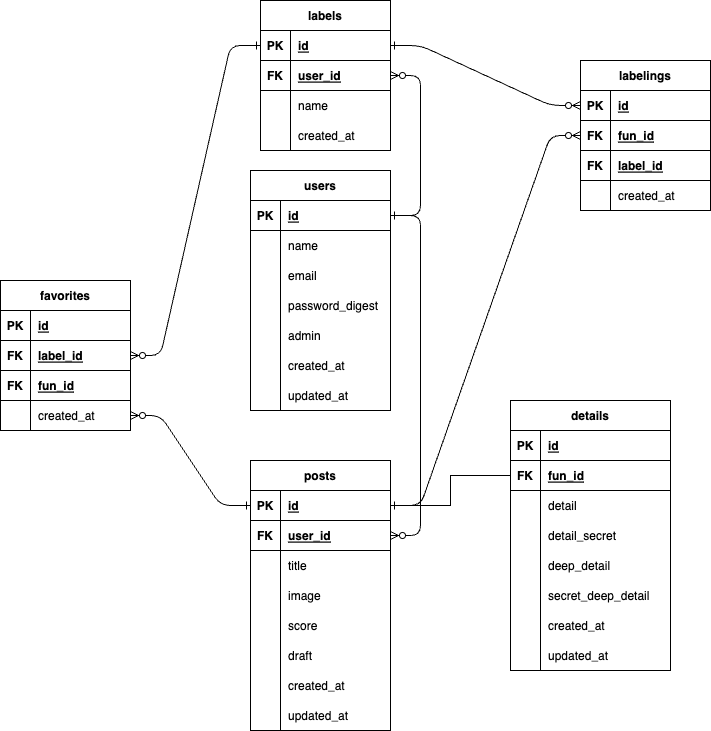
Before: ER.png, a diagram exported from draw.io (rrkrgft/okiraku). Source tidied: cells renumbered, new cells last; positions are measured from the earlier drawing's top-left corner, leaving out a move shared by most shapes.
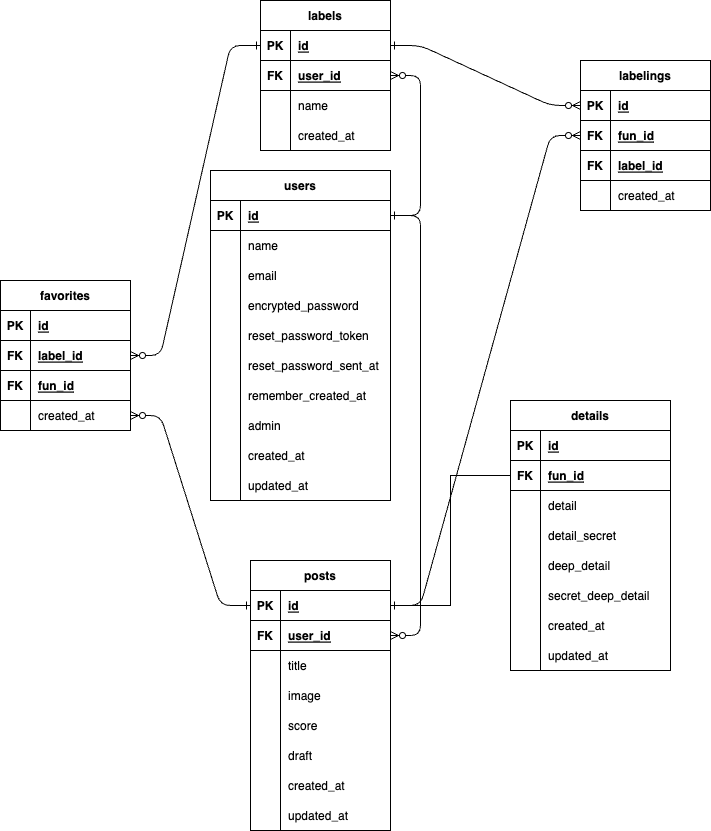
Above is the later version.

Change to the diagram source:
```diff
@@ -9,73 +9,100 @@
       <mxGeometry relative="1" as="geometry" />
     </mxCell>
     <mxCell id="4" value="users" style="shape=table;startSize=30;rowLines=0;fontStyle=1;align=center;" parent="1" vertex="1">
-      <mxGeometry x="250" y="170" width="140" height="240" as="geometry" />
+      <mxGeometry x="210" y="170" width="180" height="330" as="geometry" />
     </mxCell>
     <mxCell id="5" style="shape=partialRectangle;fillColor=none;points=[[0,0.5],[1,0.5]];portConstraint=eastwest;top=0;left=0;right=0;bottom=1;" parent="4" vertex="1">
-      <mxGeometry y="30" width="140" height="30" as="geometry" />
+      <mxGeometry y="30" width="180" height="30" as="geometry" />
     </mxCell>
     <mxCell id="6" value="PK" style="shape=partialRectangle;overflow=hidden;fillColor=none;top=0;left=0;bottom=0;right=0;fontStyle=1;" parent="5" vertex="1">
       <mxGeometry width="30" height="30" as="geometry" />
     </mxCell>
     <mxCell id="7" value="id" style="shape=partialRectangle;overflow=hidden;fillColor=none;top=0;left=0;bottom=0;right=0;align=left;spacingLeft=6;fontStyle=5;" parent="5" vertex="1">
-      <mxGeometry x="30" width="110" height="30" as="geometry" />
+      <mxGeometry x="30" width="150" height="30" as="geometry" />
     </mxCell>
     <mxCell id="8" style="shape=partialRectangle;fillColor=none;top=0;left=0;right=0;bottom=0;" parent="4" vertex="1">
-      <mxGeometry y="60" width="140" height="30" as="geometry" />
+      <mxGeometry y="60" width="180" height="30" as="geometry" />
     </mxCell>
     <mxCell id="9" style="shape=partialRectangle;overflow=hidden;fillColor=none;top=0;left=0;bottom=0;right=0;" parent="8" vertex="1">
       <mxGeometry width="30" height="30" as="geometry" />
     </mxCell>
     <mxCell id="10" value="name" style="shape=partialRectangle;overflow=hidden;fillColor=none;top=0;left=0;bottom=0;right=0;align=left;spacingLeft=6;" parent="8" vertex="1">
-      <mxGeometry x="30" width="110" height="30" as="geometry" />
+      <mxGeometry x="30" width="150" height="30" as="geometry" />
     </mxCell>
     <mxCell id="11" style="shape=partialRectangle;fillColor=none;top=0;left=0;right=0;bottom=0;" parent="4" vertex="1">
-      <mxGeometry y="90" width="140" height="30" as="geometry" />
+      <mxGeometry y="90" width="180" height="30" as="geometry" />
     </mxCell>
     <mxCell id="12" style="shape=partialRectangle;overflow=hidden;fillColor=none;top=0;left=0;bottom=0;right=0;" parent="11" vertex="1">
       <mxGeometry width="30" height="30" as="geometry" />
     </mxCell>
     <mxCell id="13" value="email" style="shape=partialRectangle;overflow=hidden;fillColor=none;top=0;left=0;bottom=0;right=0;align=left;spacingLeft=6;" parent="11" vertex="1">
-      <mxGeometry x="30" width="110" height="30" as="geometry" />
+      <mxGeometry x="30" width="150" height="30" as="geometry" />
     </mxCell>
     <mxCell id="14" style="shape=partialRectangle;fillColor=none;top=0;left=0;right=0;bottom=0;" parent="4" vertex="1">
-      <mxGeometry y="120" width="140" height="30" as="geometry" />
+      <mxGeometry y="120" width="180" height="30" as="geometry" />
     </mxCell>
     <mxCell id="15" style="shape=partialRectangle;overflow=hidden;fillColor=none;top=0;left=0;bottom=0;right=0;" parent="14" vertex="1">
       <mxGeometry width="30" height="30" as="geometry" />
     </mxCell>
-    <mxCell id="16" value="password_digest" style="shape=partialRectangle;overflow=hidden;fillColor=none;top=0;left=0;bottom=0;right=0;align=left;spacingLeft=6;" parent="14" vertex="1">
-      <mxGeometry x="30" width="110" height="30" as="geometry" />
+    <mxCell id="16" value="encrypted_password" style="shape=partialRectangle;overflow=hidden;fillColor=none;top=0;left=0;bottom=0;right=0;align=left;spacingLeft=6;" parent="14" vertex="1">
+      <mxGeometry x="30" width="150" height="30" as="geometry" />
     </mxCell>
+    <mxCell id="120" style="shape=partialRectangle;fillColor=none;top=0;left=0;right=0;bottom=0;" parent="4" vertex="1">
+      <mxGeometry y="150" width="180" height="30" as="geometry" />
+    </mxCell>
+    <mxCell id="121" style="shape=partialRectangle;overflow=hidden;fillColor=none;top=0;left=0;bottom=0;right=0;" parent="120" vertex="1">
+      <mxGeometry width="30" height="30" as="geometry" />
+    </mxCell>
+    <mxCell id="122" value="reset_password_token" style="shape=partialRectangle;overflow=hidden;fillColor=none;top=0;left=0;bottom=0;right=0;align=left;spacingLeft=6;" parent="120" vertex="1">
+      <mxGeometry x="30" width="150" height="30" as="geometry" />
+    </mxCell>
+    <mxCell id="123" style="shape=partialRectangle;fillColor=none;top=0;left=0;right=0;bottom=0;" parent="4" vertex="1">
+      <mxGeometry y="180" width="180" height="30" as="geometry" />
+    </mxCell>
+    <mxCell id="124" style="shape=partialRectangle;overflow=hidden;fillColor=none;top=0;left=0;bottom=0;right=0;" parent="123" vertex="1">
+      <mxGeometry width="30" height="30" as="geometry" />
+    </mxCell>
+    <mxCell id="125" value="reset_password_sent_at" style="shape=partialRectangle;overflow=hidden;fillColor=none;top=0;left=0;bottom=0;right=0;align=left;spacingLeft=6;" parent="123" vertex="1">
+      <mxGeometry x="30" width="150" height="30" as="geometry" />
+    </mxCell>
+    <mxCell id="126" style="shape=partialRectangle;fillColor=none;top=0;left=0;right=0;bottom=0;" parent="4" vertex="1">
+      <mxGeometry y="210" width="180" height="30" as="geometry" />
+    </mxCell>
+    <mxCell id="127" style="shape=partialRectangle;overflow=hidden;fillColor=none;top=0;left=0;bottom=0;right=0;" parent="126" vertex="1">
+      <mxGeometry width="30" height="30" as="geometry" />
+    </mxCell>
+    <mxCell id="128" value="remember_created_at" style="shape=partialRectangle;overflow=hidden;fillColor=none;top=0;left=0;bottom=0;right=0;align=left;spacingLeft=6;" parent="126" vertex="1">
+      <mxGeometry x="30" width="150" height="30" as="geometry" />
+    </mxCell>
     <mxCell id="17" style="shape=partialRectangle;fillColor=none;top=0;left=0;right=0;bottom=0;" parent="4" vertex="1">
-      <mxGeometry y="150" width="140" height="30" as="geometry" />
+      <mxGeometry y="240" width="180" height="30" as="geometry" />
     </mxCell>
     <mxCell id="18" style="shape=partialRectangle;overflow=hidden;fillColor=none;top=0;left=0;bottom=0;right=0;" parent="17" vertex="1">
       <mxGeometry width="30" height="30" as="geometry" />
     </mxCell>
     <mxCell id="19" value="admin" style="shape=partialRectangle;overflow=hidden;fillColor=none;top=0;left=0;bottom=0;right=0;align=left;spacingLeft=6;" parent="17" vertex="1">
-      <mxGeometry x="30" width="110" height="30" as="geometry" />
+      <mxGeometry x="30" width="150" height="30" as="geometry" />
     </mxCell>
     <mxCell id="20" style="shape=partialRectangle;fillColor=none;top=0;left=0;right=0;bottom=0;" parent="4" vertex="1">
-      <mxGeometry y="180" width="140" height="30" as="geometry" />
+      <mxGeometry y="270" width="180" height="30" as="geometry" />
     </mxCell>
     <mxCell id="21" style="shape=partialRectangle;overflow=hidden;fillColor=none;top=0;left=0;bottom=0;right=0;" parent="20" vertex="1">
       <mxGeometry width="30" height="30" as="geometry" />
     </mxCell>
     <mxCell id="22" value="created_at" style="shape=partialRectangle;overflow=hidden;fillColor=none;top=0;left=0;bottom=0;right=0;align=left;spacingLeft=6;" parent="20" vertex="1">
-      <mxGeometry x="30" width="110" height="30" as="geometry" />
+      <mxGeometry x="30" width="150" height="30" as="geometry" />
     </mxCell>
     <mxCell id="23" style="shape=partialRectangle;fillColor=none;top=0;left=0;right=0;bottom=0;" parent="4" vertex="1">
-      <mxGeometry y="210" width="140" height="30" as="geometry" />
+      <mxGeometry y="300" width="180" height="30" as="geometry" />
     </mxCell>
     <mxCell id="24" style="shape=partialRectangle;overflow=hidden;fillColor=none;top=0;left=0;bottom=0;right=0;" parent="23" vertex="1">
       <mxGeometry width="30" height="30" as="geometry" />
     </mxCell>
     <mxCell id="25" value="updated_at" style="shape=partialRectangle;overflow=hidden;fillColor=none;top=0;left=0;bottom=0;right=0;align=left;spacingLeft=6;" parent="23" vertex="1">
-      <mxGeometry x="30" width="110" height="30" as="geometry" />
+      <mxGeometry x="30" width="150" height="30" as="geometry" />
     </mxCell>
     <mxCell id="26" value="posts" style="shape=table;startSize=30;rowLines=0;fontStyle=1;align=center;" parent="1" vertex="1">
-      <mxGeometry x="250" y="460" width="140" height="270" as="geometry" />
+      <mxGeometry x="250" y="560" width="140" height="270" as="geometry" />
     </mxCell>
     <mxCell id="27" style="shape=partialRectangle;fillColor=none;points=[[0,0.5],[1,0.5]];portConstraint=eastwest;top=0;left=0;right=0;bottom=1;" parent="26" vertex="1">
       <mxGeometry y="30" width="140" height="30" as="geometry" />
```
